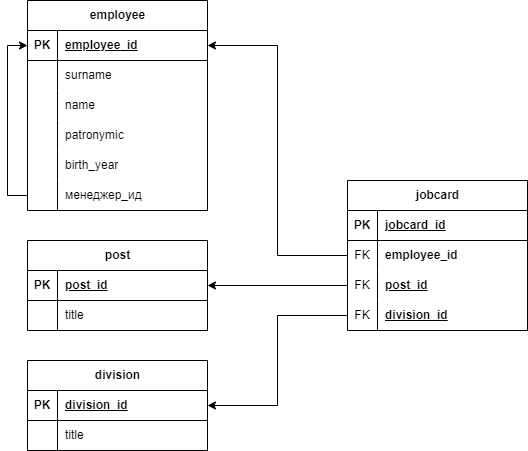
The draw.io diagram 2_employee/HW_6-2-2_employee.png in DIvK-Neto/HW_6-2_databases, before a commit. Source tidied: cells renumbered, new cells last; positions are measured from the earlier drawing's top-left corner, leaving out a move shared by most shapes. Its diagram source:
```xml
<mxGraphModel>
  <root>
    <mxCell id="0" />
    <mxCell id="1" parent="0" />
    <mxCell id="2" value="employee" style="shape=table;startSize=30;rowLines=0;fontStyle=1;align=center;html=1;" parent="1" vertex="1">
      <mxGeometry width="180" height="210" as="geometry" />
    </mxCell>
    <mxCell id="3" style="shape=tableRow;horizontal=0;startSize=0;swimlaneHead=0;swimlaneBody=0;fillColor=none;points=[[0,0.5],[1,0.5]];portConstraint=eastwest;top=0;left=0;right=0;bottom=1;" parent="2" vertex="1">
      <mxGeometry y="30" width="180" height="30" as="geometry" />
    </mxCell>
    <mxCell id="4" value="PK" style="shape=partialRectangle;fillColor=none;top=0;left=0;bottom=0;right=0;fontStyle=1;overflow=hidden;whiteSpace=wrap;html=1;" parent="3" vertex="1">
      <mxGeometry width="30" height="30" as="geometry" />
    </mxCell>
    <mxCell id="5" value="&lt;span style=&quot;text-align: center; text-wrap: nowrap;&quot;&gt;employee&lt;/span&gt;&lt;span style=&quot;text-align: center; text-wrap: nowrap;&quot;&gt;_id&lt;/span&gt;" style="shape=partialRectangle;fillColor=none;top=0;left=0;bottom=0;right=0;align=left;spacingLeft=6;fontStyle=5;overflow=hidden;whiteSpace=wrap;html=1;" parent="3" vertex="1">
      <mxGeometry x="30" width="150" height="30" as="geometry" />
    </mxCell>
    <mxCell id="6" style="shape=tableRow;horizontal=0;startSize=0;swimlaneHead=0;swimlaneBody=0;fillColor=none;top=0;left=0;right=0;bottom=0;" parent="2" vertex="1">
      <mxGeometry y="60" width="180" height="30" as="geometry" />
    </mxCell>
    <mxCell id="7" style="shape=partialRectangle;fillColor=none;top=0;left=0;bottom=0;right=0;overflow=hidden;whiteSpace=wrap;html=1;" parent="6" vertex="1">
      <mxGeometry width="30" height="30" as="geometry" />
    </mxCell>
    <mxCell id="8" value="surname" style="shape=partialRectangle;fillColor=none;top=0;left=0;bottom=0;right=0;align=left;spacingLeft=6;overflow=hidden;whiteSpace=wrap;html=1;" parent="6" vertex="1">
      <mxGeometry x="30" width="150" height="30" as="geometry" />
    </mxCell>
    <mxCell id="9" style="shape=tableRow;horizontal=0;startSize=0;swimlaneHead=0;swimlaneBody=0;fillColor=none;top=0;left=0;right=0;bottom=0;" parent="2" vertex="1">
      <mxGeometry y="90" width="180" height="30" as="geometry" />
    </mxCell>
    <mxCell id="10" style="shape=partialRectangle;fillColor=none;top=0;left=0;bottom=0;right=0;overflow=hidden;whiteSpace=wrap;html=1;" parent="9" vertex="1">
      <mxGeometry width="30" height="30" as="geometry" />
    </mxCell>
    <mxCell id="11" value="name&amp;nbsp;" style="shape=partialRectangle;fillColor=none;top=0;left=0;bottom=0;right=0;align=left;spacingLeft=6;overflow=hidden;whiteSpace=wrap;html=1;" parent="9" vertex="1">
      <mxGeometry x="30" width="150" height="30" as="geometry" />
    </mxCell>
    <mxCell id="12" style="shape=tableRow;horizontal=0;startSize=0;swimlaneHead=0;swimlaneBody=0;fillColor=none;top=0;left=0;right=0;bottom=0;" parent="2" vertex="1">
      <mxGeometry y="120" width="180" height="30" as="geometry" />
    </mxCell>
    <mxCell id="13" style="shape=partialRectangle;fillColor=none;top=0;left=0;bottom=0;right=0;overflow=hidden;whiteSpace=wrap;html=1;" parent="12" vertex="1">
      <mxGeometry width="30" height="30" as="geometry" />
    </mxCell>
    <mxCell id="14" value="patronymic" style="shape=partialRectangle;fillColor=none;top=0;left=0;bottom=0;right=0;align=left;spacingLeft=6;overflow=hidden;whiteSpace=wrap;html=1;" parent="12" vertex="1">
      <mxGeometry x="30" width="150" height="30" as="geometry" />
    </mxCell>
    <mxCell id="15" style="shape=tableRow;horizontal=0;startSize=0;swimlaneHead=0;swimlaneBody=0;fillColor=none;top=0;left=0;right=0;bottom=0;" parent="2" vertex="1">
      <mxGeometry y="150" width="180" height="30" as="geometry" />
    </mxCell>
    <mxCell id="16" style="shape=partialRectangle;fillColor=none;top=0;left=0;bottom=0;right=0;overflow=hidden;whiteSpace=wrap;html=1;" parent="15" vertex="1">
      <mxGeometry width="30" height="30" as="geometry" />
    </mxCell>
    <mxCell id="17" value="birth_year" style="shape=partialRectangle;fillColor=none;top=0;left=0;bottom=0;right=0;align=left;spacingLeft=6;overflow=hidden;whiteSpace=wrap;html=1;" parent="15" vertex="1">
      <mxGeometry x="30" width="150" height="30" as="geometry" />
    </mxCell>
    <mxCell id="18" style="shape=tableRow;horizontal=0;startSize=0;swimlaneHead=0;swimlaneBody=0;fillColor=none;points=[[0,0.5],[1,0.5]];portConstraint=eastwest;top=0;left=0;right=0;bottom=0;" parent="2" vertex="1">
      <mxGeometry y="180" width="180" height="30" as="geometry" />
    </mxCell>
    <mxCell id="19" style="shape=partialRectangle;fillColor=none;top=0;left=0;bottom=0;right=0;overflow=hidden;whiteSpace=wrap;html=1;" parent="18" vertex="1">
      <mxGeometry width="30" height="30" as="geometry" />
    </mxCell>
    <mxCell id="20" value="менеджер_ид" style="shape=partialRectangle;fillColor=none;top=0;left=0;bottom=0;right=0;align=left;spacingLeft=6;overflow=hidden;whiteSpace=wrap;html=1;" parent="18" vertex="1">
      <mxGeometry x="30" width="150" height="30" as="geometry" />
    </mxCell>
    <mxCell id="21" value="post" style="shape=table;startSize=30;rowLines=0;fontStyle=1;align=center;html=1;" parent="1" vertex="1">
      <mxGeometry y="240" width="180" height="90" as="geometry" />
    </mxCell>
    <mxCell id="22" style="shape=tableRow;horizontal=0;startSize=0;swimlaneHead=0;swimlaneBody=0;fillColor=none;points=[[0,0.5],[1,0.5]];portConstraint=eastwest;top=0;left=0;right=0;bottom=1;" parent="21" vertex="1">
      <mxGeometry y="30" width="180" height="30" as="geometry" />
    </mxCell>
    <mxCell id="23" value="PK" style="shape=partialRectangle;fillColor=none;top=0;left=0;bottom=0;right=0;fontStyle=1;overflow=hidden;whiteSpace=wrap;html=1;" parent="22" vertex="1">
      <mxGeometry width="30" height="30" as="geometry" />
    </mxCell>
    <mxCell id="24" value="post_id" style="shape=partialRectangle;fillColor=none;top=0;left=0;bottom=0;right=0;align=left;spacingLeft=6;fontStyle=5;overflow=hidden;whiteSpace=wrap;html=1;" parent="22" vertex="1">
      <mxGeometry x="30" width="150" height="30" as="geometry" />
    </mxCell>
    <mxCell id="25" style="shape=tableRow;horizontal=0;startSize=0;swimlaneHead=0;swimlaneBody=0;fillColor=none;top=0;left=0;right=0;bottom=0;" parent="21" vertex="1">
      <mxGeometry y="60" width="180" height="30" as="geometry" />
    </mxCell>
    <mxCell id="26" style="shape=partialRectangle;fillColor=none;top=0;left=0;bottom=0;right=0;overflow=hidden;whiteSpace=wrap;html=1;" parent="25" vertex="1">
      <mxGeometry width="30" height="30" as="geometry" />
    </mxCell>
    <mxCell id="27" value="title" style="shape=partialRectangle;fillColor=none;top=0;left=0;bottom=0;right=0;align=left;spacingLeft=6;overflow=hidden;whiteSpace=wrap;html=1;" parent="25" vertex="1">
      <mxGeometry x="30" width="150" height="30" as="geometry" />
    </mxCell>
    <mxCell id="28" value="division" style="shape=table;startSize=30;rowLines=0;fontStyle=1;align=center;html=1;" parent="1" vertex="1">
      <mxGeometry y="360" width="180" height="90" as="geometry" />
    </mxCell>
    <mxCell id="29" style="shape=tableRow;horizontal=0;startSize=0;swimlaneHead=0;swimlaneBody=0;fillColor=none;points=[[0,0.5],[1,0.5]];portConstraint=eastwest;top=0;left=0;right=0;bottom=1;" parent="28" vertex="1">
      <mxGeometry y="30" width="180" height="30" as="geometry" />
    </mxCell>
    <mxCell id="30" value="PK" style="shape=partialRectangle;fillColor=none;top=0;left=0;bottom=0;right=0;fontStyle=1;overflow=hidden;whiteSpace=wrap;html=1;" parent="29" vertex="1">
      <mxGeometry width="30" height="30" as="geometry" />
    </mxCell>
    <mxCell id="31" value="&lt;span style=&quot;text-align: center; text-wrap: nowrap;&quot;&gt;division_id&lt;/span&gt;" style="shape=partialRectangle;fillColor=none;top=0;left=0;bottom=0;right=0;align=left;spacingLeft=6;fontStyle=5;overflow=hidden;whiteSpace=wrap;html=1;" parent="29" vertex="1">
      <mxGeometry x="30" width="150" height="30" as="geometry" />
    </mxCell>
    <mxCell id="32" style="shape=tableRow;horizontal=0;startSize=0;swimlaneHead=0;swimlaneBody=0;fillColor=none;top=0;left=0;right=0;bottom=0;" parent="28" vertex="1">
      <mxGeometry y="60" width="180" height="30" as="geometry" />
    </mxCell>
    <mxCell id="33" style="shape=partialRectangle;fillColor=none;top=0;left=0;bottom=0;right=0;overflow=hidden;whiteSpace=wrap;html=1;" parent="32" vertex="1">
      <mxGeometry width="30" height="30" as="geometry" />
    </mxCell>
    <mxCell id="34" value="title" style="shape=partialRectangle;fillColor=none;top=0;left=0;bottom=0;right=0;align=left;spacingLeft=6;overflow=hidden;whiteSpace=wrap;html=1;" parent="32" vertex="1">
      <mxGeometry x="30" width="150" height="30" as="geometry" />
    </mxCell>
    <mxCell id="35" value="jobcard" style="shape=table;startSize=30;rowLines=0;fontStyle=1;align=center;html=1;" parent="1" vertex="1">
      <mxGeometry x="320" y="180" width="180" height="150" as="geometry" />
    </mxCell>
    <mxCell id="36" style="shape=tableRow;horizontal=0;startSize=0;swimlaneHead=0;swimlaneBody=0;fillColor=none;top=0;left=0;right=0;bottom=1;" parent="35" vertex="1">
      <mxGeometry y="30" width="180" height="30" as="geometry" />
    </mxCell>
    <mxCell id="37" value="PK" style="shape=partialRectangle;fillColor=none;top=0;left=0;bottom=0;right=0;fontStyle=1;overflow=hidden;whiteSpace=wrap;html=1;" parent="36" vertex="1">
      <mxGeometry width="30" height="30" as="geometry" />
    </mxCell>
    <mxCell id="38" value="jobcard_id" style="shape=partialRectangle;fillColor=none;top=0;left=0;bottom=0;right=0;align=left;spacingLeft=6;fontStyle=5;overflow=hidden;whiteSpace=wrap;html=1;" parent="36" vertex="1">
      <mxGeometry x="30" width="150" height="30" as="geometry" />
    </mxCell>
    <mxCell id="39" style="shape=tableRow;horizontal=0;startSize=0;swimlaneHead=0;swimlaneBody=0;fillColor=none;points=[[0,0.5],[1,0.5]];portConstraint=eastwest;top=0;left=0;right=0;bottom=0;" parent="35" vertex="1">
      <mxGeometry y="60" width="180" height="30" as="geometry" />
    </mxCell>
    <mxCell id="40" value="FK" style="shape=partialRectangle;fillColor=none;top=0;left=0;bottom=0;right=0;overflow=hidden;whiteSpace=wrap;html=1;" parent="39" vertex="1">
      <mxGeometry width="30" height="30" as="geometry" />
    </mxCell>
    <mxCell id="41" value="&lt;span style=&quot;font-weight: 700; text-wrap: nowrap; text-align: center;&quot;&gt;employee&lt;/span&gt;&lt;span style=&quot;font-weight: 700; text-wrap: nowrap; text-align: center;&quot;&gt;_id&lt;/span&gt;" style="shape=partialRectangle;fillColor=none;top=0;left=0;bottom=0;right=0;align=left;spacingLeft=6;overflow=hidden;whiteSpace=wrap;html=1;" parent="39" vertex="1">
      <mxGeometry x="30" width="150" height="30" as="geometry" />
    </mxCell>
    <mxCell id="42" style="shape=tableRow;horizontal=0;startSize=0;swimlaneHead=0;swimlaneBody=0;fillColor=none;points=[[0,0.5],[1,0.5]];portConstraint=eastwest;top=0;left=0;right=0;bottom=0;" parent="35" vertex="1">
      <mxGeometry y="90" width="180" height="30" as="geometry" />
    </mxCell>
    <mxCell id="43" value="FK" style="shape=partialRectangle;fillColor=none;top=0;left=0;bottom=0;right=0;overflow=hidden;whiteSpace=wrap;html=1;" parent="42" vertex="1">
      <mxGeometry width="30" height="30" as="geometry" />
    </mxCell>
    <mxCell id="44" value="&lt;span style=&quot;font-weight: 700; text-decoration-line: underline;&quot;&gt;post_id&lt;/span&gt;" style="shape=partialRectangle;fillColor=none;top=0;left=0;bottom=0;right=0;align=left;spacingLeft=6;overflow=hidden;whiteSpace=wrap;html=1;" parent="42" vertex="1">
      <mxGeometry x="30" width="150" height="30" as="geometry" />
    </mxCell>
    <mxCell id="45" style="shape=tableRow;horizontal=0;startSize=0;swimlaneHead=0;swimlaneBody=0;fillColor=none;points=[[0,0.5],[1,0.5]];portConstraint=eastwest;top=0;left=0;right=0;bottom=0;" parent="35" vertex="1">
      <mxGeometry y="120" width="180" height="30" as="geometry" />
    </mxCell>
    <mxCell id="46" value="FK" style="shape=partialRectangle;fillColor=none;top=0;left=0;bottom=0;right=0;overflow=hidden;whiteSpace=wrap;html=1;" parent="45" vertex="1">
      <mxGeometry width="30" height="30" as="geometry" />
    </mxCell>
    <mxCell id="47" value="&lt;span style=&quot;font-weight: 700; text-align: center; text-wrap: nowrap; text-decoration-line: underline;&quot;&gt;division_id&lt;/span&gt;" style="shape=partialRectangle;fillColor=none;top=0;left=0;bottom=0;right=0;align=left;spacingLeft=6;overflow=hidden;whiteSpace=wrap;html=1;" parent="45" vertex="1">
      <mxGeometry x="30" width="150" height="30" as="geometry" />
    </mxCell>
    <mxCell id="48" style="edgeStyle=orthogonalEdgeStyle;rounded=0;jettySize=auto;html=1;entryX=1;entryY=0.5;entryDx=0;entryDy=0;" parent="1" edge="1" source="39" target="3">
      <mxGeometry relative="1" as="geometry" />
    </mxCell>
    <mxCell id="49" style="edgeStyle=orthogonalEdgeStyle;rounded=0;jettySize=auto;html=1;entryX=0;entryY=0.5;entryDx=0;entryDy=0;" parent="1" edge="1" source="18" target="3">
      <mxGeometry relative="1" as="geometry" />
    </mxCell>
    <mxCell id="50" style="edgeStyle=orthogonalEdgeStyle;rounded=0;jettySize=auto;html=1;entryX=1;entryY=0.5;entryDx=0;entryDy=0;" parent="1" edge="1" source="42" target="22">
      <mxGeometry relative="1" as="geometry" />
    </mxCell>
    <mxCell id="51" style="edgeStyle=orthogonalEdgeStyle;rounded=0;jettySize=auto;html=1;entryX=1;entryY=0.5;entryDx=0;entryDy=0;" parent="1" edge="1" source="45" target="29">
      <mxGeometry relative="1" as="geometry" />
    </mxCell>
  </root>
</mxGraphModel>
```
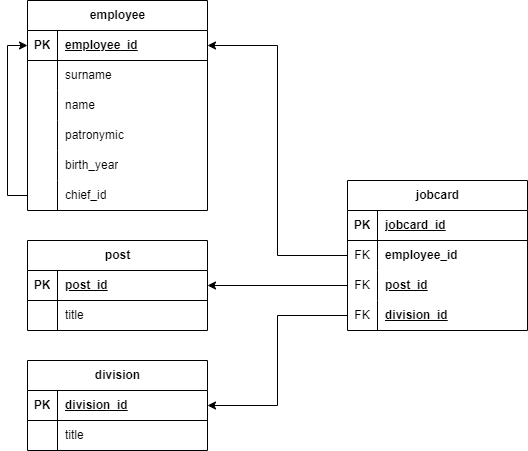
After the change.

The edit, as a diff of the source:
```diff
@@ -56,7 +56,7 @@
     <mxCell id="19" style="shape=partialRectangle;fillColor=none;top=0;left=0;bottom=0;right=0;overflow=hidden;whiteSpace=wrap;html=1;" parent="18" vertex="1">
       <mxGeometry width="30" height="30" as="geometry" />
     </mxCell>
-    <mxCell id="20" value="менеджер_ид" style="shape=partialRectangle;fillColor=none;top=0;left=0;bottom=0;right=0;align=left;spacingLeft=6;overflow=hidden;whiteSpace=wrap;html=1;" parent="18" vertex="1">
+    <mxCell id="20" value="chief_id" style="shape=partialRectangle;fillColor=none;top=0;left=0;bottom=0;right=0;align=left;spacingLeft=6;overflow=hidden;whiteSpace=wrap;html=1;" parent="18" vertex="1">
       <mxGeometry x="30" width="150" height="30" as="geometry" />
     </mxCell>
     <mxCell id="21" value="post" style="shape=table;startSize=30;rowLines=0;fontStyle=1;align=center;html=1;" parent="1" vertex="1">
```
